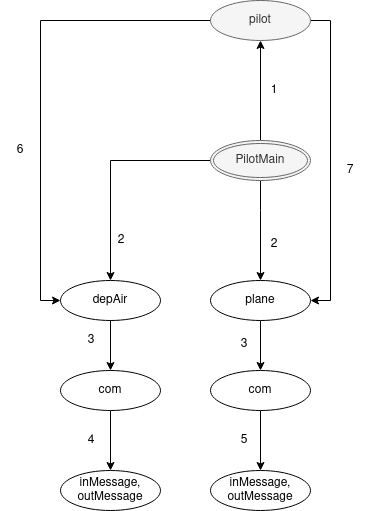
The draw.io diagram assignment3/diagramas/HostessMain.png in MarianaPinto17/SD, before a commit. Source tidied: cells renumbered, new cells last; positions are measured from the earlier drawing's top-left corner, leaving out a move shared by most shapes. The source it was exported from:
```xml
<mxGraphModel>
  <root>
    <mxCell id="0" />
    <mxCell id="1" parent="0" />
    <mxCell id="2" style="edgeStyle=orthogonalEdgeStyle;rounded=0;jettySize=auto;html=1;entryX=0.5;entryY=0;entryDx=0;entryDy=0;" parent="1" edge="1" source="3" target="16">
      <mxGeometry relative="1" as="geometry" />
    </mxCell>
    <mxCell id="3" value="plane" style="ellipse;whiteSpace=wrap;html=1;align=center;" parent="1" vertex="1">
      <mxGeometry x="210" y="280" width="100" height="40" as="geometry" />
    </mxCell>
    <mxCell id="4" style="edgeStyle=orthogonalEdgeStyle;rounded=0;jettySize=auto;html=1;entryX=1;entryY=0.5;entryDx=0;entryDy=0;" parent="1" edge="1" source="6" target="3">
      <mxGeometry relative="1" as="geometry">
        <Array as="points">
          <mxPoint x="330" y="20" />
          <mxPoint x="330" y="300" />
        </Array>
      </mxGeometry>
    </mxCell>
    <mxCell id="5" style="edgeStyle=orthogonalEdgeStyle;rounded=0;jettySize=auto;html=1;entryX=0;entryY=0.5;entryDx=0;entryDy=0;" parent="1" edge="1" source="6" target="12">
      <mxGeometry relative="1" as="geometry" />
    </mxCell>
    <mxCell id="6" value="pilot" style="ellipse;whiteSpace=wrap;html=1;align=center;fillColor=#f5f5f5;strokeColor=#666666;fontColor=#333333;" parent="1" vertex="1">
      <mxGeometry x="210" width="100" height="40" as="geometry" />
    </mxCell>
    <mxCell id="7" style="edgeStyle=orthogonalEdgeStyle;rounded=0;jettySize=auto;html=1;entryX=0.5;entryY=0;entryDx=0;entryDy=0;" parent="1" edge="1" source="10" target="3">
      <mxGeometry relative="1" as="geometry">
        <Array as="points">
          <mxPoint x="260" y="210" />
          <mxPoint x="260" y="210" />
        </Array>
      </mxGeometry>
    </mxCell>
    <mxCell id="8" style="edgeStyle=orthogonalEdgeStyle;rounded=0;jettySize=auto;html=1;entryX=0.5;entryY=1;entryDx=0;entryDy=0;" parent="1" edge="1" source="10" target="6">
      <mxGeometry relative="1" as="geometry" />
    </mxCell>
    <mxCell id="9" style="edgeStyle=orthogonalEdgeStyle;rounded=0;jettySize=auto;html=1;entryX=0.5;entryY=0;entryDx=0;entryDy=0;" parent="1" edge="1" source="10" target="12">
      <mxGeometry relative="1" as="geometry" />
    </mxCell>
    <mxCell id="10" value="PilotMain" style="ellipse;shape=doubleEllipse;margin=3;whiteSpace=wrap;html=1;align=center;fillColor=#f5f5f5;strokeColor=#666666;fontColor=#333333;" parent="1" vertex="1">
      <mxGeometry x="210" y="140" width="100" height="40" as="geometry" />
    </mxCell>
    <mxCell id="11" style="edgeStyle=orthogonalEdgeStyle;rounded=0;jettySize=auto;html=1;entryX=0.5;entryY=0;entryDx=0;entryDy=0;" parent="1" edge="1" source="12" target="14">
      <mxGeometry relative="1" as="geometry" />
    </mxCell>
    <mxCell id="12" value="depAir" style="ellipse;whiteSpace=wrap;html=1;align=center;" parent="1" vertex="1">
      <mxGeometry x="60" y="280" width="100" height="40" as="geometry" />
    </mxCell>
    <mxCell id="13" style="edgeStyle=orthogonalEdgeStyle;rounded=0;jettySize=auto;html=1;entryX=0.5;entryY=0;entryDx=0;entryDy=0;" parent="1" edge="1" source="14" target="17">
      <mxGeometry relative="1" as="geometry" />
    </mxCell>
    <mxCell id="14" value="com" style="ellipse;whiteSpace=wrap;html=1;align=center;" parent="1" vertex="1">
      <mxGeometry x="60" y="370" width="100" height="40" as="geometry" />
    </mxCell>
    <mxCell id="15" style="edgeStyle=orthogonalEdgeStyle;rounded=0;jettySize=auto;html=1;entryX=0.5;entryY=0;entryDx=0;entryDy=0;" parent="1" edge="1" source="16" target="18">
      <mxGeometry relative="1" as="geometry" />
    </mxCell>
    <mxCell id="16" value="com" style="ellipse;whiteSpace=wrap;html=1;align=center;" parent="1" vertex="1">
      <mxGeometry x="210" y="370" width="100" height="40" as="geometry" />
    </mxCell>
    <mxCell id="17" value="&lt;div&gt;inMessage,&lt;/div&gt;&lt;div&gt;outMessage&lt;br&gt;&lt;/div&gt;" style="ellipse;whiteSpace=wrap;html=1;align=center;" parent="1" vertex="1">
      <mxGeometry x="60" y="470" width="100" height="40" as="geometry" />
    </mxCell>
    <mxCell id="18" value="&lt;div&gt;inMessage,&lt;/div&gt;&lt;div&gt;outMessage&lt;br&gt;&lt;/div&gt;" style="ellipse;whiteSpace=wrap;html=1;align=center;" parent="1" vertex="1">
      <mxGeometry x="210" y="470" width="100" height="40" as="geometry" />
    </mxCell>
    <mxCell id="19" value="1" style="text;html=1;strokeColor=none;fillColor=none;align=center;verticalAlign=middle;whiteSpace=wrap;rounded=0;" parent="1" vertex="1">
      <mxGeometry x="254" y="80" width="40" height="20" as="geometry" />
    </mxCell>
    <mxCell id="20" value="2" style="text;html=1;strokeColor=none;fillColor=none;align=center;verticalAlign=middle;whiteSpace=wrap;rounded=0;" parent="1" vertex="1">
      <mxGeometry x="101" y="230" width="40" height="20" as="geometry" />
    </mxCell>
    <mxCell id="21" value="2" style="text;html=1;strokeColor=none;fillColor=none;align=center;verticalAlign=middle;whiteSpace=wrap;rounded=0;" parent="1" vertex="1">
      <mxGeometry x="254" y="234" width="40" height="20" as="geometry" />
    </mxCell>
    <mxCell id="22" value="3" style="text;html=1;strokeColor=none;fillColor=none;align=center;verticalAlign=middle;whiteSpace=wrap;rounded=0;" parent="1" vertex="1">
      <mxGeometry x="71" y="330" width="40" height="20" as="geometry" />
    </mxCell>
    <mxCell id="23" value="3" style="text;html=1;strokeColor=none;fillColor=none;align=center;verticalAlign=middle;whiteSpace=wrap;rounded=0;" parent="1" vertex="1">
      <mxGeometry x="224" y="334" width="40" height="20" as="geometry" />
    </mxCell>
    <mxCell id="24" value="4" style="text;html=1;strokeColor=none;fillColor=none;align=center;verticalAlign=middle;whiteSpace=wrap;rounded=0;" parent="1" vertex="1">
      <mxGeometry x="71" y="430" width="40" height="20" as="geometry" />
    </mxCell>
    <mxCell id="25" value="5" style="text;html=1;strokeColor=none;fillColor=none;align=center;verticalAlign=middle;whiteSpace=wrap;rounded=0;" parent="1" vertex="1">
      <mxGeometry x="224" y="430" width="40" height="20" as="geometry" />
    </mxCell>
    <mxCell id="26" value="6" style="text;html=1;strokeColor=none;fillColor=none;align=center;verticalAlign=middle;whiteSpace=wrap;rounded=0;" parent="1" vertex="1">
      <mxGeometry y="140" width="40" height="20" as="geometry" />
    </mxCell>
    <mxCell id="27" value="7" style="text;html=1;strokeColor=none;fillColor=none;align=center;verticalAlign=middle;whiteSpace=wrap;rounded=0;" parent="1" vertex="1">
      <mxGeometry x="330" y="160" width="40" height="20" as="geometry" />
    </mxCell>
  </root>
</mxGraphModel>
```
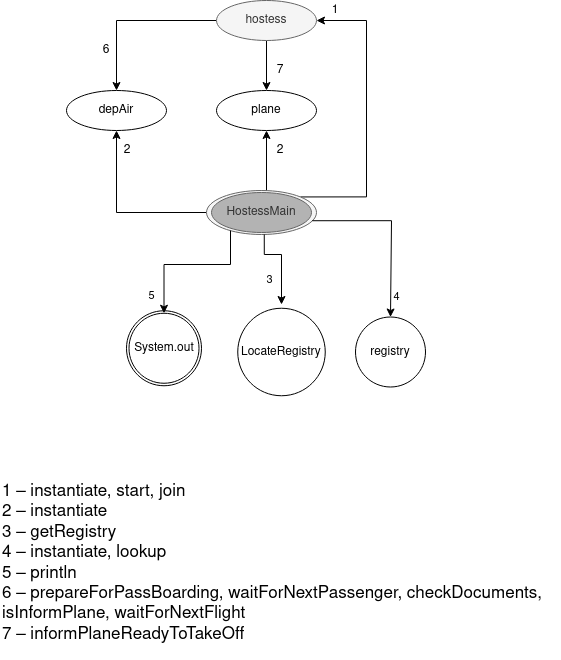
After the change.

What changed in the source:
```diff
@@ -2,93 +2,121 @@
   <root>
     <mxCell id="0" />
     <mxCell id="1" parent="0" />
-    <mxCell id="2" style="edgeStyle=orthogonalEdgeStyle;rounded=0;jettySize=auto;html=1;entryX=0.5;entryY=0;entryDx=0;entryDy=0;" parent="1" edge="1" source="3" target="16">
-      <mxGeometry relative="1" as="geometry" />
-    </mxCell>
     <mxCell id="3" value="plane" style="ellipse;whiteSpace=wrap;html=1;align=center;" parent="1" vertex="1">
       <mxGeometry x="210" y="280" width="100" height="40" as="geometry" />
     </mxCell>
-    <mxCell id="4" style="edgeStyle=orthogonalEdgeStyle;rounded=0;jettySize=auto;html=1;entryX=1;entryY=0.5;entryDx=0;entryDy=0;" parent="1" edge="1" source="6" target="3">
-      <mxGeometry relative="1" as="geometry">
-        <Array as="points">
-          <mxPoint x="330" y="20" />
-          <mxPoint x="330" y="300" />
-        </Array>
-      </mxGeometry>
+    <mxCell id="4" style="edgeStyle=orthogonalEdgeStyle;rounded=0;jettySize=auto;html=1;entryX=0.5;entryY=0;entryDx=0;entryDy=0;exitX=0.5;exitY=1;exitDx=0;exitDy=0;" parent="1" edge="1" source="6" target="3">
+      <mxGeometry relative="1" as="geometry" />
     </mxCell>
-    <mxCell id="5" style="edgeStyle=orthogonalEdgeStyle;rounded=0;jettySize=auto;html=1;entryX=0;entryY=0.5;entryDx=0;entryDy=0;" parent="1" edge="1" source="6" target="12">
+    <mxCell id="5" style="edgeStyle=orthogonalEdgeStyle;rounded=0;jettySize=auto;html=1;entryX=0.5;entryY=0;entryDx=0;entryDy=0;" parent="1" edge="1" source="6" target="12">
       <mxGeometry relative="1" as="geometry" />
     </mxCell>
-    <mxCell id="6" value="pilot" style="ellipse;whiteSpace=wrap;html=1;align=center;fillColor=#f5f5f5;strokeColor=#666666;fontColor=#333333;" parent="1" vertex="1">
-      <mxGeometry x="210" width="100" height="40" as="geometry" />
+    <mxCell id="6" value="hostess" style="ellipse;whiteSpace=wrap;html=1;align=center;fillColor=#f5f5f5;strokeColor=#666666;fontColor=#333333;" parent="1" vertex="1">
+      <mxGeometry x="210" y="190" width="100" height="40" as="geometry" />
     </mxCell>
-    <mxCell id="7" style="edgeStyle=orthogonalEdgeStyle;rounded=0;jettySize=auto;html=1;entryX=0.5;entryY=0;entryDx=0;entryDy=0;" parent="1" edge="1" source="10" target="3">
+    <mxCell id="7" style="edgeStyle=orthogonalEdgeStyle;rounded=0;jettySize=auto;html=1;entryX=0.5;entryY=1;entryDx=0;entryDy=0;exitX=0.5;exitY=0;exitDx=0;exitDy=0;" parent="1" edge="1" source="10" target="3">
       <mxGeometry relative="1" as="geometry">
         <Array as="points">
-          <mxPoint x="260" y="210" />
-          <mxPoint x="260" y="210" />
+          <mxPoint x="260" y="410" />
         </Array>
       </mxGeometry>
     </mxCell>
-    <mxCell id="8" style="edgeStyle=orthogonalEdgeStyle;rounded=0;jettySize=auto;html=1;entryX=0.5;entryY=1;entryDx=0;entryDy=0;" parent="1" edge="1" source="10" target="6">
-      <mxGeometry relative="1" as="geometry" />
+    <mxCell id="8" style="edgeStyle=orthogonalEdgeStyle;rounded=0;jettySize=auto;html=1;entryX=1;entryY=0.5;entryDx=0;entryDy=0;exitX=1;exitY=0;exitDx=0;exitDy=0;" parent="1" edge="1" source="10" target="6">
+      <mxGeometry relative="1" as="geometry">
+        <Array as="points">
+          <mxPoint x="360" y="387" />
+          <mxPoint x="360" y="210" />
+        </Array>
+      </mxGeometry>
     </mxCell>
-    <mxCell id="9" style="edgeStyle=orthogonalEdgeStyle;rounded=0;jettySize=auto;html=1;entryX=0.5;entryY=0;entryDx=0;entryDy=0;" parent="1" edge="1" source="10" target="12">
+    <mxCell id="9" style="edgeStyle=orthogonalEdgeStyle;rounded=0;jettySize=auto;html=1;entryX=0.5;entryY=1;entryDx=0;entryDy=0;exitX=0;exitY=0.5;exitDx=0;exitDy=0;" parent="1" edge="1" source="10" target="12">
       <mxGeometry relative="1" as="geometry" />
     </mxCell>
-    <mxCell id="10" value="PilotMain" style="ellipse;shape=doubleEllipse;margin=3;whiteSpace=wrap;html=1;align=center;fillColor=#f5f5f5;strokeColor=#666666;fontColor=#333333;" parent="1" vertex="1">
-      <mxGeometry x="210" y="140" width="100" height="40" as="geometry" />
-    </mxCell>
-    <mxCell id="11" style="edgeStyle=orthogonalEdgeStyle;rounded=0;jettySize=auto;html=1;entryX=0.5;entryY=0;entryDx=0;entryDy=0;" parent="1" edge="1" source="12" target="14">
-      <mxGeometry relative="1" as="geometry" />
-    </mxCell>
     <mxCell id="12" value="depAir" style="ellipse;whiteSpace=wrap;html=1;align=center;" parent="1" vertex="1">
       <mxGeometry x="60" y="280" width="100" height="40" as="geometry" />
     </mxCell>
-    <mxCell id="13" style="edgeStyle=orthogonalEdgeStyle;rounded=0;jettySize=auto;html=1;entryX=0.5;entryY=0;entryDx=0;entryDy=0;" parent="1" edge="1" source="14" target="17">
-      <mxGeometry relative="1" as="geometry" />
-    </mxCell>
-    <mxCell id="14" value="com" style="ellipse;whiteSpace=wrap;html=1;align=center;" parent="1" vertex="1">
-      <mxGeometry x="60" y="370" width="100" height="40" as="geometry" />
-    </mxCell>
-    <mxCell id="15" style="edgeStyle=orthogonalEdgeStyle;rounded=0;jettySize=auto;html=1;entryX=0.5;entryY=0;entryDx=0;entryDy=0;" parent="1" edge="1" source="16" target="18">
-      <mxGeometry relative="1" as="geometry" />
-    </mxCell>
-    <mxCell id="16" value="com" style="ellipse;whiteSpace=wrap;html=1;align=center;" parent="1" vertex="1">
-      <mxGeometry x="210" y="370" width="100" height="40" as="geometry" />
-    </mxCell>
-    <mxCell id="17" value="&lt;div&gt;inMessage,&lt;/div&gt;&lt;div&gt;outMessage&lt;br&gt;&lt;/div&gt;" style="ellipse;whiteSpace=wrap;html=1;align=center;" parent="1" vertex="1">
-      <mxGeometry x="60" y="470" width="100" height="40" as="geometry" />
-    </mxCell>
-    <mxCell id="18" value="&lt;div&gt;inMessage,&lt;/div&gt;&lt;div&gt;outMessage&lt;br&gt;&lt;/div&gt;" style="ellipse;whiteSpace=wrap;html=1;align=center;" parent="1" vertex="1">
-      <mxGeometry x="210" y="470" width="100" height="40" as="geometry" />
-    </mxCell>
     <mxCell id="19" value="1" style="text;html=1;strokeColor=none;fillColor=none;align=center;verticalAlign=middle;whiteSpace=wrap;rounded=0;" parent="1" vertex="1">
-      <mxGeometry x="254" y="80" width="40" height="20" as="geometry" />
+      <mxGeometry x="309" y="190" width="40" height="20" as="geometry" />
     </mxCell>
     <mxCell id="20" value="2" style="text;html=1;strokeColor=none;fillColor=none;align=center;verticalAlign=middle;whiteSpace=wrap;rounded=0;" parent="1" vertex="1">
-      <mxGeometry x="101" y="230" width="40" height="20" as="geometry" />
+      <mxGeometry x="101" y="330" width="40" height="20" as="geometry" />
     </mxCell>
     <mxCell id="21" value="2" style="text;html=1;strokeColor=none;fillColor=none;align=center;verticalAlign=middle;whiteSpace=wrap;rounded=0;" parent="1" vertex="1">
-      <mxGeometry x="254" y="234" width="40" height="20" as="geometry" />
+      <mxGeometry x="254" y="330" width="40" height="20" as="geometry" />
     </mxCell>
-    <mxCell id="22" value="3" style="text;html=1;strokeColor=none;fillColor=none;align=center;verticalAlign=middle;whiteSpace=wrap;rounded=0;" parent="1" vertex="1">
-      <mxGeometry x="71" y="330" width="40" height="20" as="geometry" />
-    </mxCell>
-    <mxCell id="23" value="3" style="text;html=1;strokeColor=none;fillColor=none;align=center;verticalAlign=middle;whiteSpace=wrap;rounded=0;" parent="1" vertex="1">
-      <mxGeometry x="224" y="334" width="40" height="20" as="geometry" />
-    </mxCell>
-    <mxCell id="24" value="4" style="text;html=1;strokeColor=none;fillColor=none;align=center;verticalAlign=middle;whiteSpace=wrap;rounded=0;" parent="1" vertex="1">
-      <mxGeometry x="71" y="430" width="40" height="20" as="geometry" />
-    </mxCell>
-    <mxCell id="25" value="5" style="text;html=1;strokeColor=none;fillColor=none;align=center;verticalAlign=middle;whiteSpace=wrap;rounded=0;" parent="1" vertex="1">
-      <mxGeometry x="224" y="430" width="40" height="20" as="geometry" />
-    </mxCell>
     <mxCell id="26" value="6" style="text;html=1;strokeColor=none;fillColor=none;align=center;verticalAlign=middle;whiteSpace=wrap;rounded=0;" parent="1" vertex="1">
-      <mxGeometry y="140" width="40" height="20" as="geometry" />
+      <mxGeometry x="80" y="230" width="40" height="20" as="geometry" />
     </mxCell>
     <mxCell id="27" value="7" style="text;html=1;strokeColor=none;fillColor=none;align=center;verticalAlign=middle;whiteSpace=wrap;rounded=0;" parent="1" vertex="1">
-      <mxGeometry x="330" y="160" width="40" height="20" as="geometry" />
+      <mxGeometry x="254" y="250" width="40" height="20" as="geometry" />
     </mxCell>
+    <mxCell id="28" style="group;" parent="1" vertex="1">
+      <mxGeometry x="200" y="380" width="110" height="44" as="geometry" />
+    </mxCell>
+    <mxCell id="10" value="PilotMain" style="ellipse;whiteSpace=wrap;html=1;align=center;fillColor=#f5f5f5;strokeColor=#666666;fontColor=#333333;" parent="28" vertex="1">
+      <mxGeometry width="110" height="44" as="geometry" />
+    </mxCell>
+    <mxCell id="29" value="HostessMain" style="ellipse;whiteSpace=wrap;html=1;align=center;strokeColor=#666666;fontColor=#333333;fillColor=#B3B3B3;" parent="28" vertex="1">
+      <mxGeometry x="5" y="2" width="100" height="40" as="geometry" />
+    </mxCell>
+    <mxCell id="30" style="group;" parent="1" vertex="1">
+      <mxGeometry x="120" y="500.2" width="75" height="75" as="geometry" />
+    </mxCell>
+    <mxCell id="31" value="System" style="ellipse;whiteSpace=wrap;html=1;align=center;" parent="30" vertex="1">
+      <mxGeometry width="75" height="75" as="geometry" />
+    </mxCell>
+    <mxCell id="32" value="System.out" style="ellipse;whiteSpace=wrap;html=1;align=center;" parent="30" vertex="1">
+      <mxGeometry x="2.5" y="2.5" width="70" height="70" as="geometry" />
+    </mxCell>
+    <mxCell id="33" style="edgeStyle=orthogonalEdgeStyle;rounded=0;jettySize=auto;html=1;entryX=0.5;entryY=0;entryDx=0;entryDy=0;" parent="1" edge="1" target="32">
+      <mxGeometry relative="1" as="geometry">
+        <mxPoint x="224" y="420" as="sourcePoint" />
+        <Array as="points">
+          <mxPoint x="223.5" y="454" />
+          <mxPoint x="157.5" y="454" />
+        </Array>
+      </mxGeometry>
+    </mxCell>
+    <mxCell id="25" value="5" style="edgeLabel;html=1;align=center;verticalAlign=middle;" parent="33" vertex="1">
+      <mxGeometry x="-0.24" relative="1" as="geometry">
+        <mxPoint x="-57" y="30" as="offset" />
+      </mxGeometry>
+    </mxCell>
+    <mxCell id="34" value="LocateRegistry" style="ellipse;whiteSpace=wrap;html=1;align=center;" parent="1" vertex="1">
+      <mxGeometry x="231.2" y="497.8" width="87.5" height="87.5" as="geometry" />
+    </mxCell>
+    <mxCell id="35" style="edgeStyle=orthogonalEdgeStyle;rounded=0;jettySize=auto;html=1;entryX=0.5;entryY=0;entryDx=0;entryDy=0;exitX=0.525;exitY=0.999;exitDx=0;exitDy=0;exitPerimeter=0;" parent="1" edge="1" source="10">
+      <mxGeometry relative="1" as="geometry">
+        <mxPoint x="275" y="494" as="targetPoint" />
+        <Array as="points">
+          <mxPoint x="258" y="444" />
+          <mxPoint x="275" y="444" />
+        </Array>
+      </mxGeometry>
+    </mxCell>
+    <mxCell id="36" value="3" style="edgeLabel;html=1;align=center;verticalAlign=middle;" parent="35" vertex="1">
+      <mxGeometry x="0.58" y="-3" relative="1" as="geometry">
+        <mxPoint x="-10" y="-7" as="offset" />
+      </mxGeometry>
+    </mxCell>
+    <mxCell id="37" value="registry" style="ellipse;whiteSpace=wrap;html=1;align=center;" parent="1" vertex="1">
+      <mxGeometry x="349" y="506.5" width="70" height="70" as="geometry" />
+    </mxCell>
+    <mxCell id="38" style="edgeStyle=orthogonalEdgeStyle;rounded=0;jettySize=auto;html=1;entryX=0.5;entryY=0;entryDx=0;entryDy=0;exitX=0.961;exitY=0.687;exitDx=0;exitDy=0;exitPerimeter=0;" parent="1" edge="1" source="10" target="37">
+      <mxGeometry relative="1" as="geometry">
+        <Array as="points">
+          <mxPoint x="385" y="410" />
+          <mxPoint x="385" y="506" />
+        </Array>
+      </mxGeometry>
+    </mxCell>
+    <mxCell id="24" value="4" style="edgeLabel;html=1;align=center;verticalAlign=middle;" parent="38" vertex="1">
+      <mxGeometry x="0.52" y="-3" relative="1" as="geometry">
+        <mxPoint x="8" y="22" as="offset" />
+      </mxGeometry>
+    </mxCell>
+    <mxCell id="39" value="&lt;div align=&quot;left&quot;&gt;&lt;font style=&quot;font-size: 17px&quot;&gt;1 – instantiate, start, join&lt;/font&gt;&lt;br&gt;&lt;font style=&quot;font-size: 17px&quot;&gt;2 – instantiate&lt;/font&gt;&lt;br&gt;&lt;font style=&quot;font-size: 17px&quot;&gt;3 – &lt;/font&gt;&lt;font style=&quot;font-size: 17px&quot;&gt;getRegistry&lt;/font&gt;&lt;br&gt;&lt;font style=&quot;font-size: 17px&quot;&gt;4 – &lt;/font&gt;&lt;font style=&quot;font-size: 17px&quot;&gt;instantiate, lookup&lt;/font&gt;&lt;br&gt;&lt;font style=&quot;font-size: 17px&quot;&gt;5 – &lt;/font&gt;&lt;font style=&quot;font-size: 17px&quot;&gt;println&lt;/font&gt;&lt;br&gt;&lt;font style=&quot;font-size: 17px&quot;&gt;6 – prepareForPassBoarding, waitForNextPassenger, checkDocuments,&lt;br&gt;isInformPlane, waitForNextFlight&lt;/font&gt;&lt;br&gt;&lt;font style=&quot;font-size: 17px&quot;&gt;7 – informPlaneReadyToTakeOff&lt;/font&gt;&lt;br&gt;&lt;br&gt;&lt;/div&gt;" style="text;html=1;align=left;verticalAlign=middle;strokeColor=none;" parent="1" vertex="1">
+      <mxGeometry x="-6" y="690" width="560" height="140" as="geometry" />
+    </mxCell>
   </root>
 </mxGraphModel>
```
